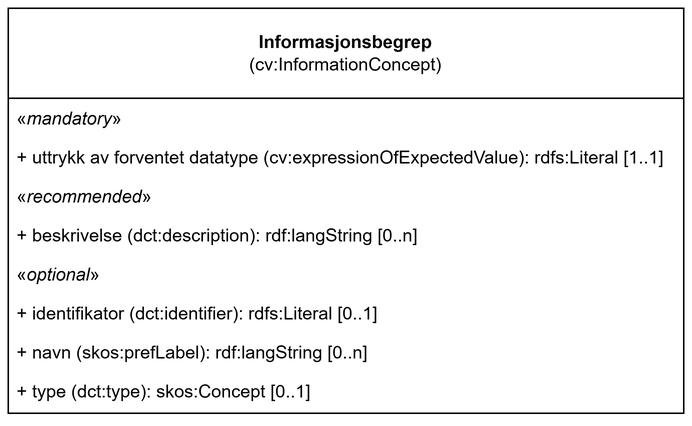
Before: docs/images/KlassenInformasjonsbegrep.png, a diagram exported from draw.io (Informasjonsforvaltning/cccev-ap-no). Source tidied: cells renumbered, new cells last; positions are measured from the earlier drawing's top-left corner, leaving out a move shared by most shapes.
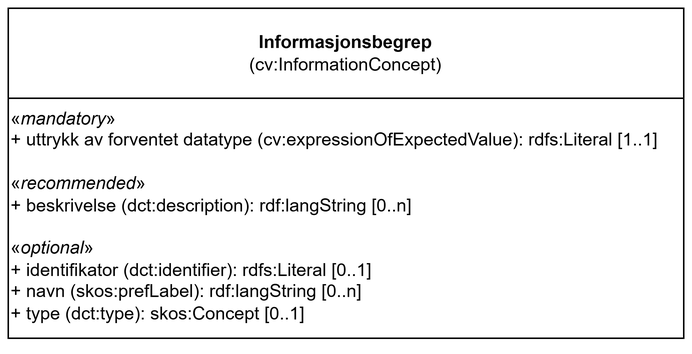
The same file after the commit.

What changed in the source:
```diff
@@ -3,31 +3,10 @@
     <mxCell id="0" />
     <mxCell id="1" parent="0" />
     <mxCell id="2" value="&lt;b style=&quot;border-color: var(--border-color);&quot;&gt;Informasjonsbegrep&lt;/b&gt;&lt;br style=&quot;border-color: var(--border-color);&quot;&gt;(cv:InformationConcept)" style="swimlane;fontStyle=0;horizontal=1;startSize=60;fillColor=none;whiteSpace=wrap;html=1;" parent="1" vertex="1">
-      <mxGeometry width="450" height="270" as="geometry" />
+      <mxGeometry width="450" height="220" as="geometry" />
     </mxCell>
-    <mxCell id="3" value="«&lt;i&gt;mandatory&lt;/i&gt;»" style="text;strokeColor=none;fillColor=none;align=left;verticalAlign=top;spacingLeft=4;spacingRight=4;overflow=hidden;whiteSpace=wrap;html=1;" parent="2" vertex="1">
-      <mxGeometry y="60" width="450" height="26" as="geometry" />
-    </mxCell>
-    <mxCell id="4" value="+ uttrykk av forventet datatype (cv:expressionOfExpectedValue): rdfs:Literal [1..1]" style="text;strokeColor=none;fillColor=none;align=left;verticalAlign=top;spacingLeft=4;spacingRight=4;overflow=hidden;whiteSpace=wrap;html=1;" parent="2" vertex="1">
-      <mxGeometry y="86" width="450" height="26" as="geometry" />
-    </mxCell>
-    <mxCell id="5" value="«&lt;i&gt;recommended&lt;/i&gt;»" style="text;strokeColor=none;fillColor=none;align=left;verticalAlign=top;spacingLeft=4;spacingRight=4;overflow=hidden;whiteSpace=wrap;html=1;" parent="2" vertex="1">
-      <mxGeometry y="112" width="450" height="26" as="geometry" />
-    </mxCell>
-    <mxCell id="6" value="+ beskrivelse (dct:description): rdf:langString [0..n]" style="text;strokeColor=none;fillColor=none;align=left;verticalAlign=top;spacingLeft=4;spacingRight=4;overflow=hidden;whiteSpace=wrap;html=1;" parent="2" vertex="1">
-      <mxGeometry y="138" width="450" height="26" as="geometry" />
-    </mxCell>
-    <mxCell id="7" value="«&lt;i&gt;optional&lt;/i&gt;»" style="text;strokeColor=none;fillColor=none;align=left;verticalAlign=top;spacingLeft=4;spacingRight=4;overflow=hidden;whiteSpace=wrap;html=1;" parent="2" vertex="1">
-      <mxGeometry y="164" width="450" height="26" as="geometry" />
-    </mxCell>
-    <mxCell id="8" value="+ identifikator (dct:identifier): rdfs:Literal [0..1]" style="text;strokeColor=none;fillColor=none;align=left;verticalAlign=top;spacingLeft=4;spacingRight=4;overflow=hidden;whiteSpace=wrap;html=1;" parent="2" vertex="1">
-      <mxGeometry y="190" width="450" height="26" as="geometry" />
-    </mxCell>
-    <mxCell id="9" value="+ navn (skos:prefLabel): rdf:langString [0..n]" style="text;strokeColor=none;fillColor=none;align=left;verticalAlign=top;spacingLeft=4;spacingRight=4;overflow=hidden;whiteSpace=wrap;html=1;" parent="2" vertex="1">
-      <mxGeometry y="216" width="450" height="26" as="geometry" />
-    </mxCell>
-    <mxCell id="10" value="+ type (dct:type): skos:Concept [0..1]" style="text;strokeColor=none;fillColor=none;align=left;verticalAlign=top;spacingLeft=4;spacingRight=4;overflow=hidden;whiteSpace=wrap;html=1;" parent="2" vertex="1">
-      <mxGeometry y="242" width="450" height="28" as="geometry" />
-    </mxCell>
+    <mxCell id="11" value="«&lt;i&gt;mandatory&lt;/i&gt;»&lt;div&gt;+ uttrykk av forventet datatype (cv:expressionOfExpectedValue): rdfs:Literal [1..1]&lt;/div&gt;&lt;div&gt;&lt;br&gt;&lt;/div&gt;&lt;div&gt;«&lt;i&gt;recommended&lt;/i&gt;»&lt;/div&gt;&lt;div&gt;+ beskrivelse (dct:description): rdf:langString [0..n]&lt;/div&gt;&lt;div&gt;&lt;br&gt;&lt;/div&gt;&lt;div&gt;«&lt;i&gt;optional&lt;/i&gt;»&lt;/div&gt;&lt;div&gt;+ identifikator (dct:identifier): rdfs:Literal [0..1]&lt;/div&gt;&lt;div&gt;+ navn (skos:prefLabel): rdf:langString [0..n]&lt;/div&gt;&lt;div&gt;+ type (dct:type): skos:Concept [0..1]&lt;/div&gt;&lt;div&gt;&lt;br&gt;&lt;/div&gt;" style="text;html=1;whiteSpace=wrap;strokeColor=none;fillColor=none;align=left;verticalAlign=top;rounded=0;" parent="2" vertex="1">
+      <mxGeometry y="60" width="450" height="160" as="geometry" />
+    </mxCell>
   </root>
 </mxGraphModel>
```
